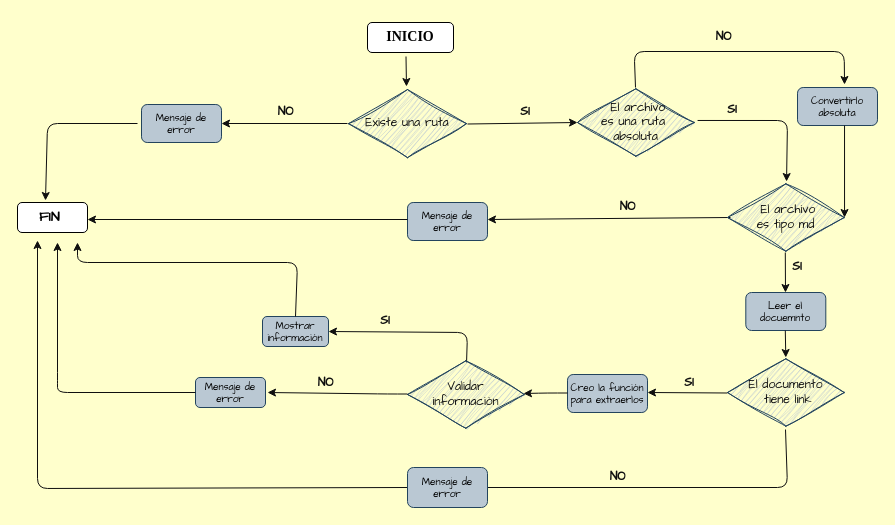
This is diagram.drawio from ErikaSuesca/DEV002-md-links, a draw.io file, before an edit. Source tidied: cells renumbered, new cells numbered last; positions are measured from the earlier drawing's top-left corner, leaving out a move shared by most shapes. Both pictures are drawn from the tidied source at 100%, with x=0, y=0 at pixel (17, 22).
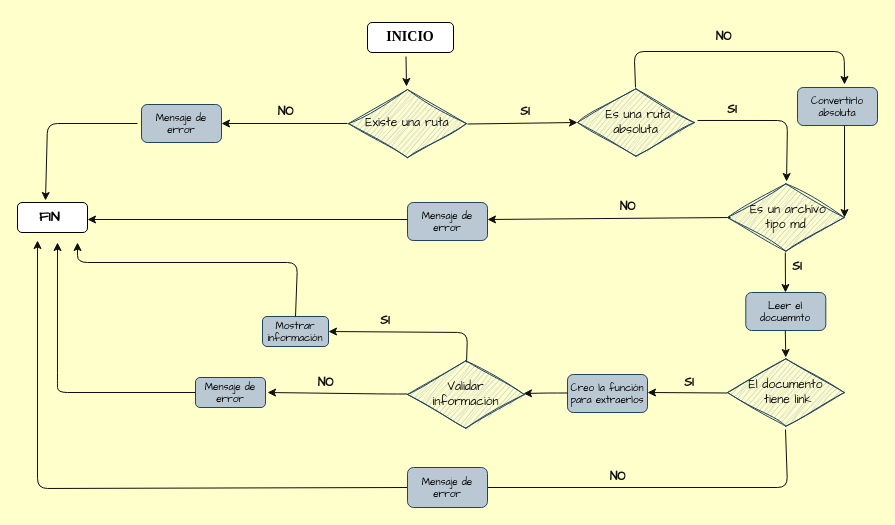
After the change.

Commit message:
Se realizan cambios a diagrama sugeridos en OH

The edit, as a diff of the source:
```diff
@@
-    <mxCell id="30" value="&lt;div style=&quot;&quot;&gt;&lt;font color=&quot;#0f0f0f&quot;&gt;&amp;nbsp; El archivo&amp;nbsp;&lt;/font&gt;&lt;/div&gt;&lt;div style=&quot;&quot;&gt;&lt;font color=&quot;#0f0f0f&quot;&gt;es una ruta&amp;nbsp;&lt;/font&gt;&lt;/div&gt;&lt;div style=&quot;&quot;&gt;&lt;font color=&quot;#0f0f0f&quot;&gt;absoluta&lt;/font&gt;&lt;/div&gt;" style="html=1;whiteSpace=wrap;shape=isoRectangle;sketch=1;hachureGap=4;jiggle=2;curveFitting=1;fontFamily=Comic Sans MS;fontSize=12;align=center;fillColor=#bac8d3;strokeColor=#23445d;" parent="1" vertex="1">
+    <mxCell id="30" value="&lt;div style=&quot;&quot;&gt;&lt;font color=&quot;#0f0f0f&quot;&gt;&amp;nbsp; Es una&lt;/font&gt;&lt;span style=&quot;color: rgb(15, 15, 15); background-color: initial;&quot;&gt;&amp;nbsp;ruta&amp;nbsp;&lt;/span&gt;&lt;/div&gt;&lt;div style=&quot;&quot;&gt;&lt;font color=&quot;#0f0f0f&quot;&gt;absoluta&lt;/font&gt;&lt;/div&gt;" style="html=1;whiteSpace=wrap;shape=isoRectangle;sketch=1;hachureGap=4;jiggle=2;curveFitting=1;fontFamily=Comic Sans MS;fontSize=12;align=center;fillColor=#bac8d3;strokeColor=#23445d;" parent="1" vertex="1">
       <mxGeometry x="560" y="65" width="116.7" height="70" as="geometry" />
     </mxCell>
@@
-    <mxCell id="34" value="&lt;div style=&quot;&quot;&gt;&lt;font color=&quot;#0f0f0f&quot;&gt;&amp;nbsp; El archivo&amp;nbsp;&lt;/font&gt;&lt;/div&gt;&lt;div style=&quot;&quot;&gt;&lt;font color=&quot;#0f0f0f&quot;&gt;es tipo md&lt;br&gt;&lt;/font&gt;&lt;/div&gt;" style="html=1;whiteSpace=wrap;shape=isoRectangle;sketch=1;hachureGap=4;jiggle=2;curveFitting=1;fontFamily=Comic Sans MS;fontSize=12;align=center;fillColor=#bac8d3;strokeColor=#23445d;" parent="1" vertex="1">
+    <mxCell id="34" value="&lt;div style=&quot;&quot;&gt;&lt;font color=&quot;#0f0f0f&quot;&gt;&amp;nbsp; Es un archivo&amp;nbsp;&lt;/font&gt;&lt;/div&gt;&lt;div style=&quot;&quot;&gt;&lt;font color=&quot;#0f0f0f&quot;&gt;tipo md&lt;br&gt;&lt;/font&gt;&lt;/div&gt;" style="html=1;whiteSpace=wrap;shape=isoRectangle;sketch=1;hachureGap=4;jiggle=2;curveFitting=1;fontFamily=Comic Sans MS;fontSize=12;align=center;fillColor=#bac8d3;strokeColor=#23445d;" parent="1" vertex="1">
       <mxGeometry x="710" y="160" width="116.7" height="70" as="geometry" />
     </mxCell>
```
